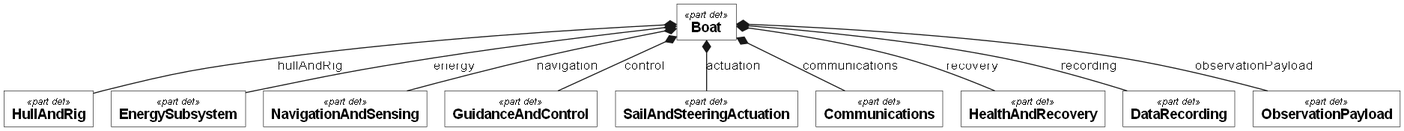
Above: docs/figures/architecture.png in DavidIngraham/sv-blue-dog (Graphviz), before the change. Its source is kept beside it as docs/figures/architecture.dot.
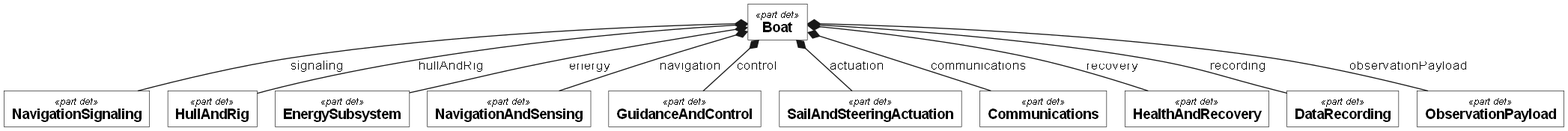
The same diagram one commit later.

What changed in the source:
```diff
@@ -3,22 +3,24 @@
   node [shape=box, style=filled, fillcolor=white, color="#181818", fontname="Helvetica", fontsize=14, penwidth=0.5];
   edge [color="#181818", fontname="Helvetica", fontsize=13, penwidth=1];
   "n0" [label=<<font point-size="10"><i>«part def»</i></font><br/><b>Boat</b>>];
-  "n1" [label=<<font point-size="10"><i>«part def»</i></font><br/><b>HullAndRig</b>>];
-  "n2" [label=<<font point-size="10"><i>«part def»</i></font><br/><b>EnergySubsystem</b>>];
-  "n3" [label=<<font point-size="10"><i>«part def»</i></font><br/><b>NavigationAndSensing</b>>];
-  "n4" [label=<<font point-size="10"><i>«part def»</i></font><br/><b>GuidanceAndControl</b>>];
-  "n5" [label=<<font point-size="10"><i>«part def»</i></font><br/><b>SailAndSteeringActuation</b>>];
-  "n6" [label=<<font point-size="10"><i>«part def»</i></font><br/><b>Communications</b>>];
-  "n7" [label=<<font point-size="10"><i>«part def»</i></font><br/><b>HealthAndRecovery</b>>];
-  "n8" [label=<<font point-size="10"><i>«part def»</i></font><br/><b>DataRecording</b>>];
-  "n9" [label=<<font point-size="10"><i>«part def»</i></font><br/><b>ObservationPayload</b>>];
-  "n0" -> "n1" [label="hullAndRig", dir=back, arrowtail=diamond];
-  "n0" -> "n2" [label="energy", dir=back, arrowtail=diamond];
-  "n0" -> "n3" [label="navigation", dir=back, arrowtail=diamond];
-  "n0" -> "n4" [label="control", dir=back, arrowtail=diamond];
-  "n0" -> "n5" [label="actuation", dir=back, arrowtail=diamond];
-  "n0" -> "n6" [label="communications", dir=back, arrowtail=diamond];
-  "n0" -> "n7" [label="recovery", dir=back, arrowtail=diamond];
-  "n0" -> "n8" [label="recording", dir=back, arrowtail=diamond];
-  "n0" -> "n9" [label="observationPayload", dir=back, arrowtail=diamond];
+  "n1" [label=<<font point-size="10"><i>«part def»</i></font><br/><b>NavigationSignaling</b>>];
+  "n2" [label=<<font point-size="10"><i>«part def»</i></font><br/><b>HullAndRig</b>>];
+  "n3" [label=<<font point-size="10"><i>«part def»</i></font><br/><b>EnergySubsystem</b>>];
+  "n4" [label=<<font point-size="10"><i>«part def»</i></font><br/><b>NavigationAndSensing</b>>];
+  "n5" [label=<<font point-size="10"><i>«part def»</i></font><br/><b>GuidanceAndControl</b>>];
+  "n6" [label=<<font point-size="10"><i>«part def»</i></font><br/><b>SailAndSteeringActuation</b>>];
+  "n7" [label=<<font point-size="10"><i>«part def»</i></font><br/><b>Communications</b>>];
+  "n8" [label=<<font point-size="10"><i>«part def»</i></font><br/><b>HealthAndRecovery</b>>];
+  "n9" [label=<<font point-size="10"><i>«part def»</i></font><br/><b>DataRecording</b>>];
+  "n10" [label=<<font point-size="10"><i>«part def»</i></font><br/><b>ObservationPayload</b>>];
+  "n0" -> "n2" [label="hullAndRig", dir=back, arrowtail=diamond];
+  "n0" -> "n3" [label="energy", dir=back, arrowtail=diamond];
+  "n0" -> "n4" [label="navigation", dir=back, arrowtail=diamond];
+  "n0" -> "n5" [label="control", dir=back, arrowtail=diamond];
+  "n0" -> "n6" [label="actuation", dir=back, arrowtail=diamond];
+  "n0" -> "n7" [label="communications", dir=back, arrowtail=diamond];
+  "n0" -> "n8" [label="recovery", dir=back, arrowtail=diamond];
+  "n0" -> "n9" [label="recording", dir=back, arrowtail=diamond];
+  "n0" -> "n1" [label="signaling", dir=back, arrowtail=diamond];
+  "n0" -> "n10" [label="observationPayload", dir=back, arrowtail=diamond];
 }
```
